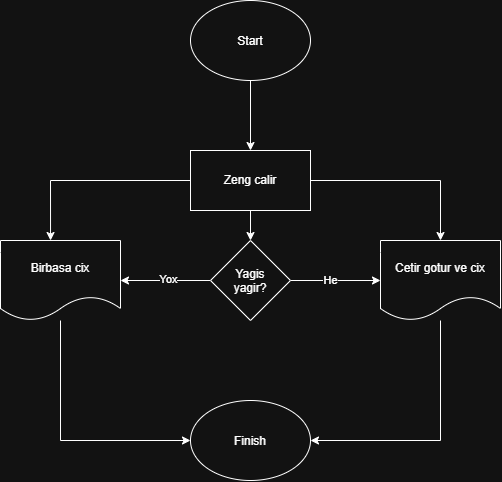
This is flowcharts/Morning.png from aytacqadirova12-ops/flowchart-tasks, a draw.io export, as it was before one commit. Source tidied: cells renumbered, new cells last; positions are measured from the earlier drawing's top-left corner, leaving out a move shared by most shapes.
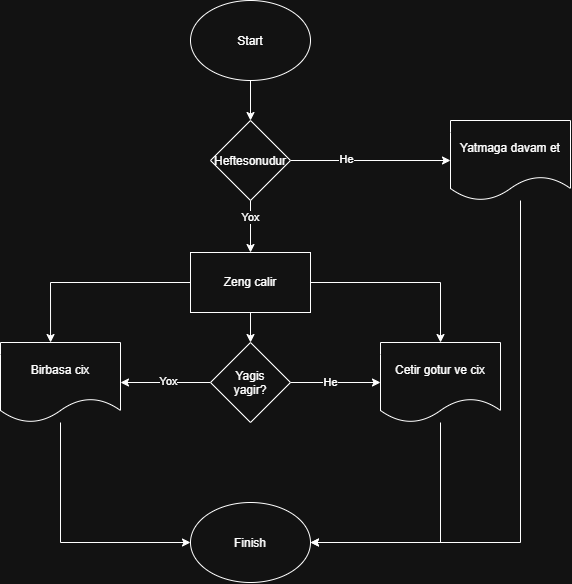
Above is the later version.

Commit message:
Updated Morning task

The edit, as a diff of the source:
```diff
@@ -2,11 +2,11 @@
   <root>
     <mxCell id="0" />
     <mxCell id="1" parent="0" />
-    <mxCell id="2" style="edgeStyle=orthogonalEdgeStyle;rounded=0;jettySize=auto;html=1;exitX=0.5;exitY=1;exitDx=0;exitDy=0;entryX=0.5;entryY=0;entryDx=0;entryDy=0;" parent="1" edge="1" source="3" target="6">
-      <mxGeometry relative="1" as="geometry" />
-    </mxCell>
+    <mxCell id="18" style="edgeStyle=orthogonalEdgeStyle;rounded=0;jettySize=auto;html=1;entryX=0.5;entryY=0;entryDx=0;entryDy=0;" parent="1" edge="1" source="3" target="23">
+      <mxGeometry relative="1" as="geometry" />
+    </mxCell>
     <mxCell id="3" value="Start" style="ellipse;whiteSpace=wrap;html=1;shapeInside=1;" parent="1" vertex="1">
-      <mxGeometry x="190" width="120" height="80" as="geometry" />
+      <mxGeometry x="190" y="-102" width="120" height="80" as="geometry" />
     </mxCell>
     <mxCell id="4" style="edgeStyle=orthogonalEdgeStyle;rounded=0;jettySize=auto;html=1;exitX=1;exitY=0.5;exitDx=0;exitDy=0;entryX=0.5;entryY=0;entryDx=0;entryDy=0;" parent="1" edge="1" source="6" target="10">
       <mxGeometry relative="1" as="geometry" />
@@ -58,5 +58,30 @@
     <mxCell id="17" style="edgeStyle=orthogonalEdgeStyle;rounded=0;jettySize=auto;html=1;exitX=0;exitY=0.5;exitDx=0;exitDy=0;entryX=0.417;entryY=0;entryDx=0;entryDy=0;entryPerimeter=0;" parent="1" edge="1" source="6" target="8">
       <mxGeometry relative="1" as="geometry" />
     </mxCell>
+    <mxCell id="19" style="edgeStyle=orthogonalEdgeStyle;rounded=0;jettySize=auto;html=1;exitX=1;exitY=0.5;exitDx=0;exitDy=0;entryX=0;entryY=0.5;entryDx=0;entryDy=0;" parent="1" edge="1" source="23" target="25">
+      <mxGeometry relative="1" as="geometry" />
+    </mxCell>
+    <mxCell id="20" value="He" style="edgeLabel;html=1;align=center;verticalAlign=middle;" parent="19" vertex="1">
+      <mxGeometry x="-0.32" y="2" relative="1" as="geometry" />
+    </mxCell>
+    <mxCell id="21" style="edgeStyle=orthogonalEdgeStyle;rounded=0;jettySize=auto;html=1;exitX=0.5;exitY=1;exitDx=0;exitDy=0;entryX=0.5;entryY=0;entryDx=0;entryDy=0;" parent="1" edge="1" source="23" target="6">
+      <mxGeometry relative="1" as="geometry" />
+    </mxCell>
+    <mxCell id="22" value="Yox" style="edgeLabel;html=1;align=center;verticalAlign=middle;" parent="21" vertex="1">
+      <mxGeometry x="-0.37" y="-1" relative="1" as="geometry" />
+    </mxCell>
+    <mxCell id="23" value="Heftesonudur" style="rhombus;whiteSpace=wrap;html=1;shapeInside=1;" parent="1" vertex="1">
+      <mxGeometry x="210" y="18" width="80" height="80" as="geometry" />
+    </mxCell>
+    <mxCell id="24" style="edgeStyle=orthogonalEdgeStyle;rounded=0;jettySize=auto;html=1;entryX=1;entryY=0.5;entryDx=0;entryDy=0;" parent="1" edge="1" source="25" target="16">
+      <mxGeometry relative="1" as="geometry">
+        <Array as="points">
+          <mxPoint x="520" y="440" />
+        </Array>
+      </mxGeometry>
+    </mxCell>
+    <mxCell id="25" value="Yatmaga davam et" style="shape=document;whiteSpace=wrap;html=1;boundedLbl=1;" parent="1" vertex="1">
+      <mxGeometry x="450" y="18" width="120" height="80" as="geometry" />
+    </mxCell>
   </root>
 </mxGraphModel>
```
